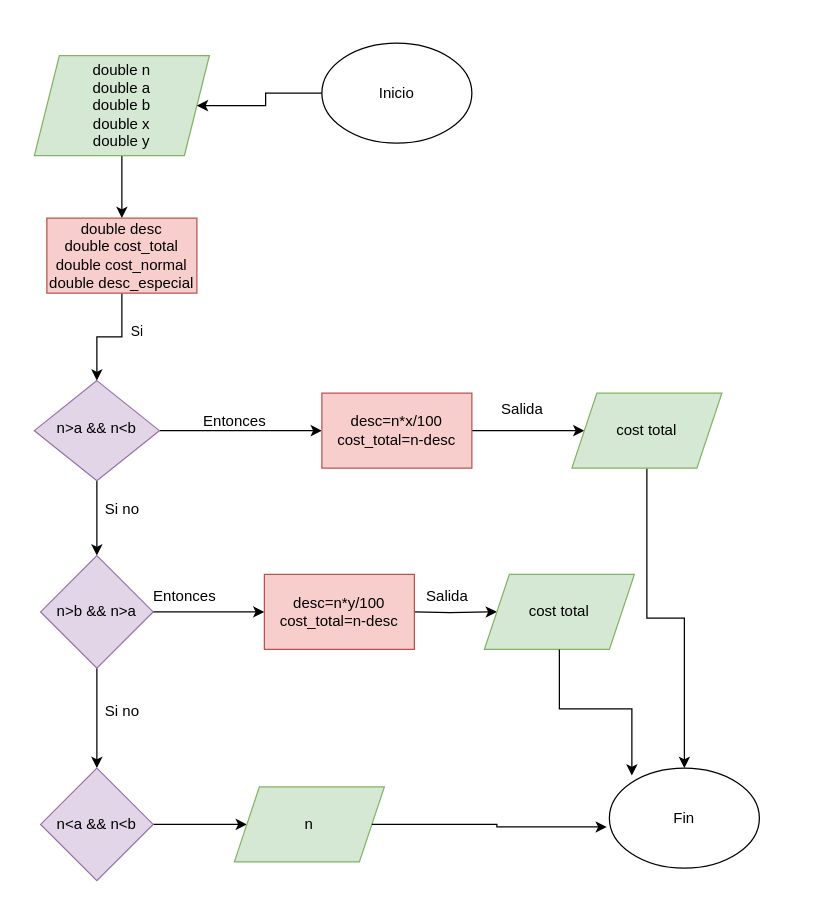
The draw.io diagram Diagrama1.4.drawio in Dakotaflores/Diagramasdeflujo, before the edit. Source tidied: cells renumbered, new cells numbered last; positions are measured from the earlier drawing's top-left corner, leaving out a move shared by most shapes. Both pictures are drawn from the tidied source at 125%, with x=0, y=0 at pixel (34, 42).
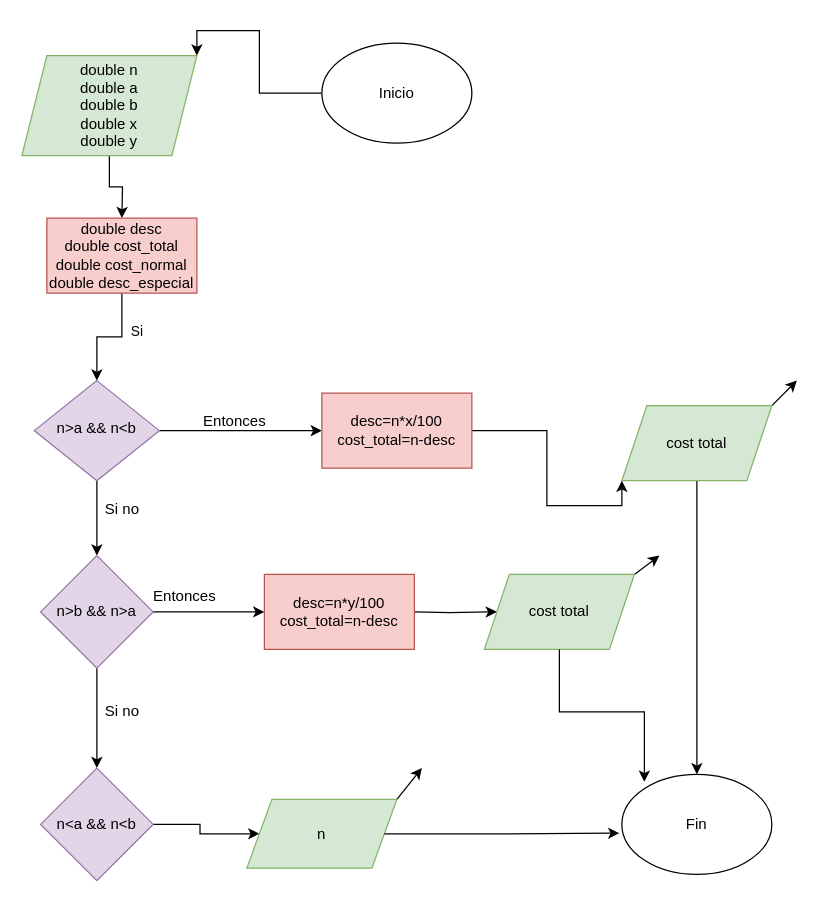
After the change.

Unchanged cells that the change refers to:
```xml
<mxCell id="9" value="Inicio" style="ellipse;whiteSpace=wrap;html=1;" parent="1" vertex="1">
  <mxGeometry x="230" width="120" height="80" as="geometry" />
</mxCell>
<mxCell id="16" value="cost total" style="shape=parallelogram;perimeter=parallelogramPerimeter;whiteSpace=wrap;html=1;fixedSize=1;fillColor=#d5e8d4;strokeColor=#82b366;" parent="1" vertex="1">
  <mxGeometry x="360" y="425" width="120" height="60" as="geometry" />
</mxCell>
<mxCell id="32" value="desc=n*x/100&lt;div&gt;cost_total=n-desc&lt;/div&gt;" style="rounded=0;whiteSpace=wrap;html=1;fillColor=#f8cecc;strokeColor=#b85450;" parent="1" vertex="1">
  <mxGeometry x="230" y="280" width="120" height="60" as="geometry" />
</mxCell>
```

Change to the diagram source:
```diff
@@
-    <mxCell id="5" style="edgeStyle=orthogonalEdgeStyle;rounded=0;orthogonalLoop=1;jettySize=auto;html=1;" parent="1" edge="1">
-      <mxGeometry relative="1" as="geometry">
-        <mxPoint x="350" y="310" as="sourcePoint" />
-        <mxPoint x="440" y="310" as="targetPoint" />
-      </mxGeometry>
-    </mxCell>
@@
     <mxCell id="7" value="double n&lt;div&gt;double a&lt;/div&gt;&lt;div&gt;double b&lt;/div&gt;&lt;div&gt;double x&lt;/div&gt;&lt;div&gt;double y&lt;/div&gt;" style="shape=parallelogram;perimeter=parallelogramPerimeter;whiteSpace=wrap;html=1;fixedSize=1;fillColor=#d5e8d4;strokeColor=#82b366;" parent="1" vertex="1">
-      <mxGeometry y="10" width="140" height="80" as="geometry" />
+      <mxGeometry x="-10" y="10" width="140" height="80" as="geometry" />
     </mxCell>
-    <mxCell id="8" style="edgeStyle=orthogonalEdgeStyle;rounded=0;jettySize=auto;html=1;entryX=1;entryY=0.5;entryDx=0;entryDy=0;" parent="1" edge="1" source="9" target="7">
+    <mxCell id="8" style="edgeStyle=orthogonalEdgeStyle;rounded=0;jettySize=auto;html=1;entryX=1;entryY=0;entryDx=0;entryDy=0;" parent="1" edge="1" source="9" target="7">
       <mxGeometry relative="1" as="geometry" />
     </mxCell>
@@
+    <mxCell id="34" style="rounded=0;jettySize=auto;html=1;exitX=1;exitY=0;exitDx=0;exitDy=0;" parent="1" edge="1" source="11">
+      <mxGeometry relative="1" as="geometry">
+        <mxPoint x="610" y="270" as="targetPoint" />
+      </mxGeometry>
+    </mxCell>
     <mxCell id="11" value="cost total" style="shape=parallelogram;perimeter=parallelogramPerimeter;whiteSpace=wrap;html=1;fixedSize=1;fillColor=#d5e8d4;strokeColor=#82b366;" parent="1" vertex="1">
-      <mxGeometry x="430" y="280" width="120" height="60" as="geometry" />
+      <mxGeometry x="470" y="290" width="120" height="60" as="geometry" />
     </mxCell>
@@
+    <mxCell id="35" style="rounded=0;jettySize=auto;html=1;exitX=1;exitY=0;exitDx=0;exitDy=0;" parent="1" edge="1" source="16">
+      <mxGeometry relative="1" as="geometry">
+        <mxPoint x="500" y="410" as="targetPoint" />
+      </mxGeometry>
+    </mxCell>
@@
-    <mxCell id="18" value="Salida" style="text;html=1;align=center;verticalAlign=middle;strokeColor=none;fillColor=none;" parent="1" vertex="1">
-      <mxGeometry x="360" y="278" width="60" height="30" as="geometry" />
-    </mxCell>
@@
-    <mxCell id="20" value="Salida" style="text;html=1;align=center;verticalAlign=middle;strokeColor=none;fillColor=none;" parent="1" vertex="1">
-      <mxGeometry x="300" y="428" width="60" height="30" as="geometry" />
-    </mxCell>
@@
+    <mxCell id="36" style="rounded=0;jettySize=auto;html=1;exitX=1;exitY=0;exitDx=0;exitDy=0;" parent="1" edge="1" source="25">
+      <mxGeometry relative="1" as="geometry">
+        <mxPoint x="310" y="580" as="targetPoint" />
+      </mxGeometry>
+    </mxCell>
     <mxCell id="25" value="n" style="shape=parallelogram;perimeter=parallelogramPerimeter;whiteSpace=wrap;html=1;fixedSize=1;fillColor=#d5e8d4;strokeColor=#82b366;" parent="1" vertex="1">
-      <mxGeometry x="160" y="595" width="120" height="60" as="geometry" />
+      <mxGeometry x="170" y="605" width="120" height="55" as="geometry" />
     </mxCell>
     <mxCell id="26" value="Fin" style="ellipse;whiteSpace=wrap;html=1;" parent="1" vertex="1">
-      <mxGeometry x="460" y="580" width="120" height="80" as="geometry" />
+      <mxGeometry x="470" y="585" width="120" height="80" as="geometry" />
     </mxCell>
@@
+    <mxCell id="37" style="edgeStyle=orthogonalEdgeStyle;rounded=0;jettySize=auto;html=1;entryX=0;entryY=1;entryDx=0;entryDy=0;" parent="1" edge="1" source="32" target="11">
+      <mxGeometry relative="1" as="geometry" />
+    </mxCell>
```
